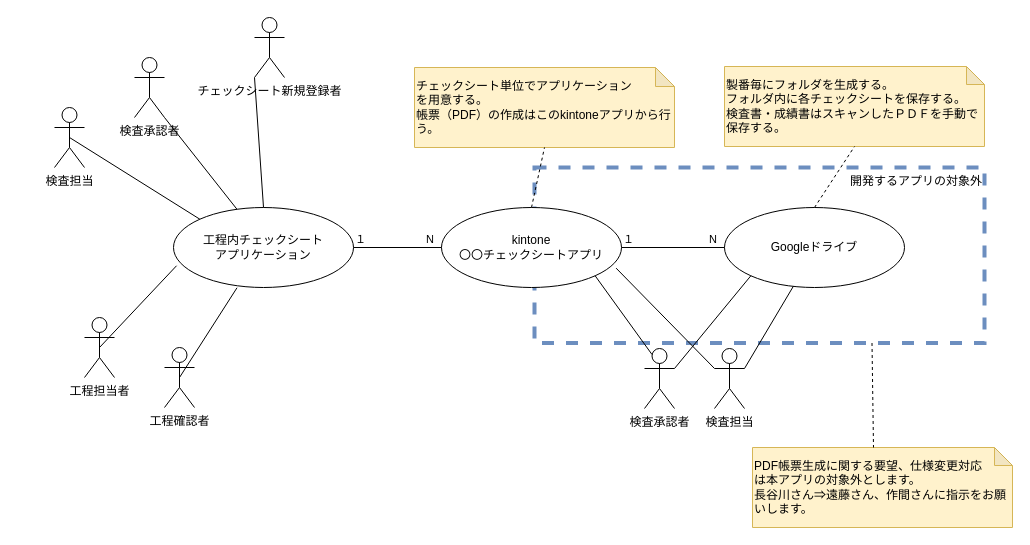
Before: コンテキスト図/context.drawio in ShotaHayashi0601/FlowSpect-DocsOnly, a draw.io diagram. Source tidied: cells renumbered, new cells numbered last; positions are measured from the earlier drawing's top-left corner, leaving out a move shared by most shapes. Both pictures are drawn from the tidied source at 100%, with x=0, y=0 at pixel (54, 17).
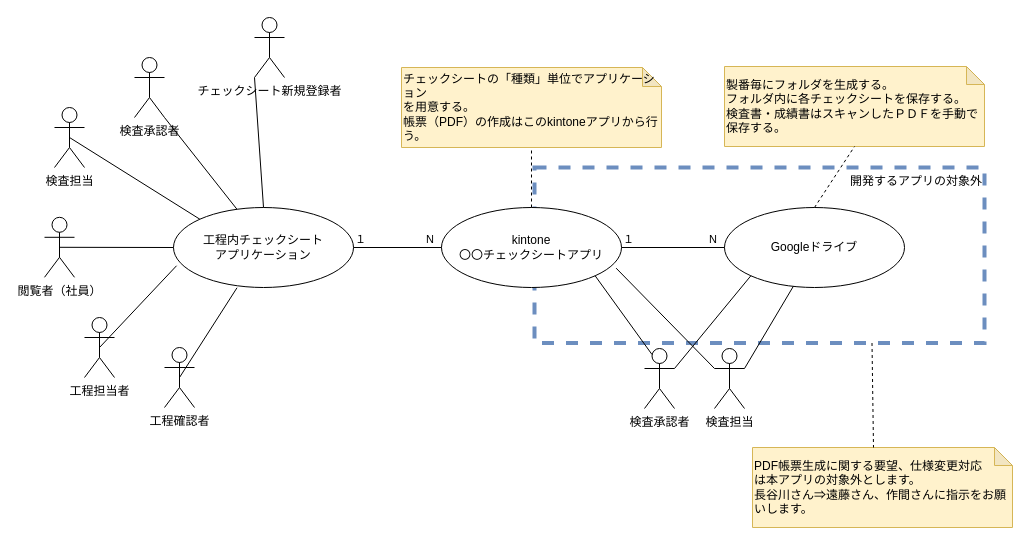
Above is the later version.

The change refers to these unchanged cells:
```xml
<mxCell id="3" value="工程内チェックシート&lt;br&gt;アプリケーション" style="ellipse;whiteSpace=wrap;html=1;" parent="1" vertex="1">
  <mxGeometry x="119" y="190" width="180" height="80" as="geometry" />
</mxCell>
```

The edit, as a diff of the source:
```diff
@@
-    <mxCell id="14" value="チェックシート単位でアプリケーション&lt;br&gt;を用意する。&lt;br&gt;帳票（PDF）の作成はこのkintoneアプリから行う。" style="shape=note;whiteSpace=wrap;html=1;backgroundOutline=1;darkOpacity=0.05;fillColor=#fff2cc;strokeColor=#d6b656;align=left;size=19;" parent="1" vertex="1">
-      <mxGeometry x="360" y="50" width="260" height="80" as="geometry" />
+    <mxCell id="14" value="チェックシートの「種類」単位でアプリケーション&lt;br&gt;を用意する。&lt;br&gt;帳票（PDF）の作成はこのkintoneアプリから行う。" style="shape=note;whiteSpace=wrap;html=1;backgroundOutline=1;darkOpacity=0.05;fillColor=#fff2cc;strokeColor=#d6b656;align=left;size=19;" parent="1" vertex="1">
+      <mxGeometry x="347" y="50" width="260" height="80" as="geometry" />
     </mxCell>
@@
+    <mxCell id="34" style="edgeStyle=none;html=1;exitX=0.5;exitY=0.5;exitDx=0;exitDy=0;exitPerimeter=0;entryX=0;entryY=0.5;entryDx=0;entryDy=0;endArrow=none;endFill=0;" parent="1" edge="1" source="35" target="3">
+      <mxGeometry relative="1" as="geometry" />
+    </mxCell>
+    <mxCell id="35" value="閲覧者（社員）" style="shape=umlActor;verticalLabelPosition=bottom;verticalAlign=top;html=1;" parent="1" vertex="1">
+      <mxGeometry x="-10" y="199.8" width="30" height="60" as="geometry" />
+    </mxCell>
```
